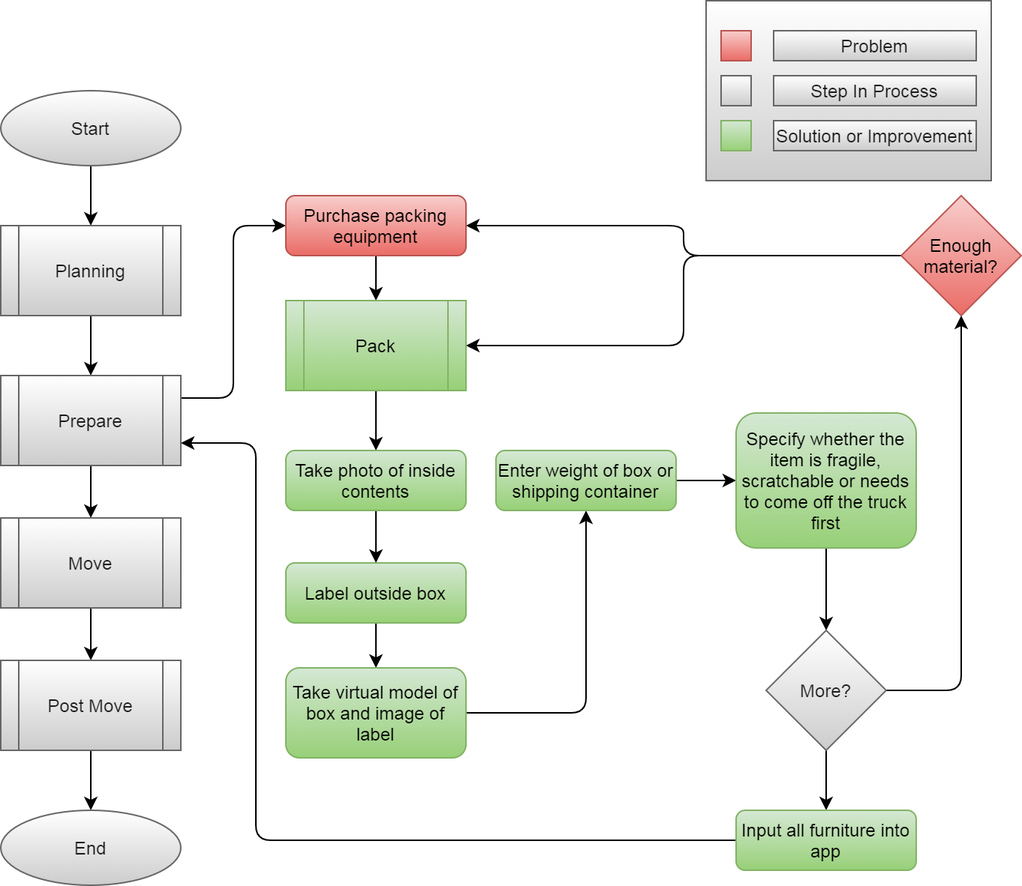
The draw.io diagram Documents/flow_diagrams/Solution_Flow_Prepare_1.png in LP-76/load.in, before a commit. Source tidied: cells renumbered, new cells last; positions are measured from the earlier drawing's top-left corner, leaving out a move shared by most shapes.
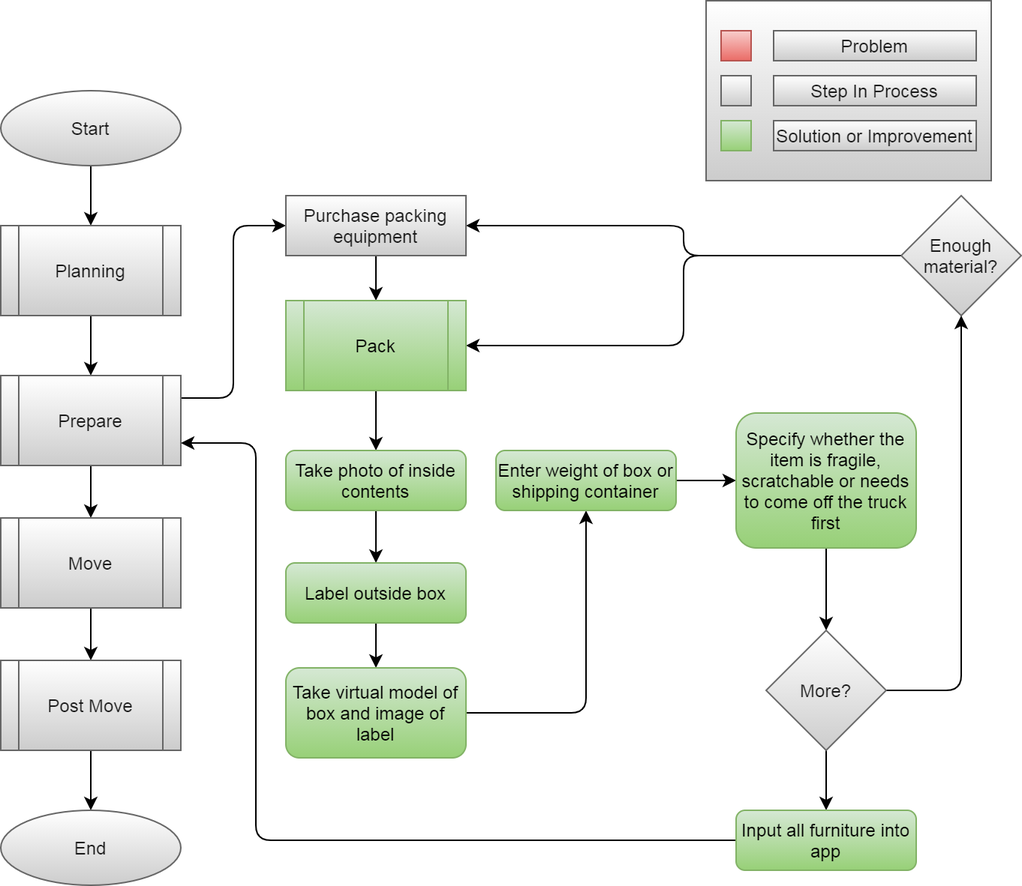
After the commit.

Commit message:
Update to the flow diagrams

What changed in the source:
```diff
@@ -44,13 +44,13 @@
     <mxCell id="15" style="edgeStyle=orthogonalEdgeStyle;curved=0;rounded=1;sketch=0;jettySize=auto;html=1;entryX=1;entryY=0.5;entryDx=0;entryDy=0;fontColor=#1A1A1A;" parent="1" edge="1" source="16" target="43">
       <mxGeometry relative="1" as="geometry" />
     </mxCell>
-    <mxCell id="16" value="Enough material?" style="rhombus;whiteSpace=wrap;html=1;gradientColor=#ea6b66;fillColor=#f8cecc;strokeColor=#b85450;" parent="1" vertex="1">
+    <mxCell id="16" value="Enough material?" style="rhombus;whiteSpace=wrap;html=1;gradientColor=#CCCCCC;fillColor=#FFFFFF;strokeColor=#666666;fontColor=#1A1A1A;" parent="1" vertex="1">
       <mxGeometry x="600" y="130" width="80" height="80" as="geometry" />
     </mxCell>
     <mxCell id="17" style="edgeStyle=orthogonalEdgeStyle;curved=0;rounded=1;sketch=0;jettySize=auto;html=1;fontColor=#1A1A1A;entryX=0.5;entryY=0;entryDx=0;entryDy=0;" parent="1" edge="1" source="18" target="43">
       <mxGeometry relative="1" as="geometry" />
     </mxCell>
-    <mxCell id="18" value="Purchase packing equipment" style="rounded=1;whiteSpace=wrap;html=1;fontSize=12;glass=0;strokeWidth=1;shadow=0;gradientColor=#ea6b66;fillColor=#f8cecc;strokeColor=#b85450;" parent="1" vertex="1">
+    <mxCell id="18" value="Purchase packing equipment" style="whiteSpace=wrap;html=1;fontSize=12;gradientColor=#CCCCCC;fillColor=#FFFFFF;strokeColor=#666666;fontColor=#1A1A1A;" parent="1" vertex="1">
       <mxGeometry x="190" y="130" width="120" height="40" as="geometry" />
     </mxCell>
     <mxCell id="19" style="edgeStyle=orthogonalEdgeStyle;curved=0;rounded=1;sketch=0;jettySize=auto;html=1;fontColor=#1A1A1A;" parent="1" edge="1" target="21">
```
